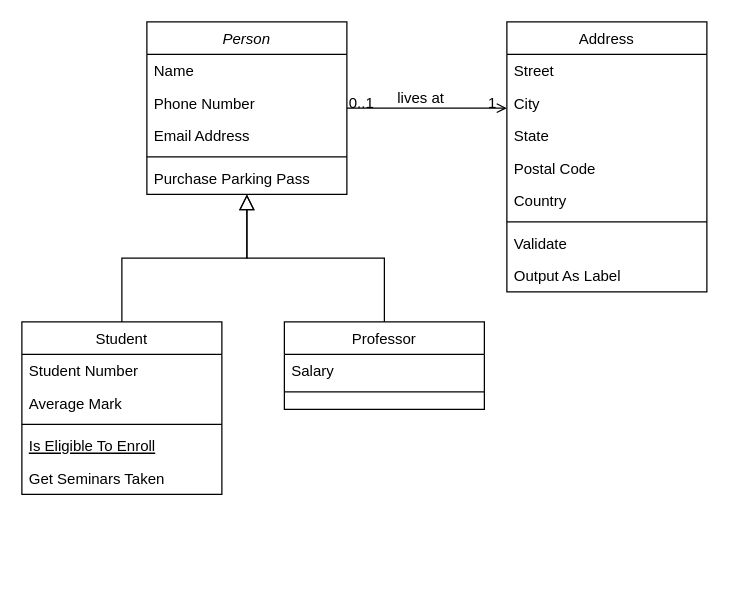
Before: Assginment.drawio in a1dss/DSA_Assignment, a draw.io diagram. Source tidied: cells renumbered, new cells numbered last; positions are measured from the earlier drawing's top-left corner, leaving out a move shared by most shapes. Both pictures are drawn from the tidied source at 125%, with x=0, y=0 at pixel (21, 21).
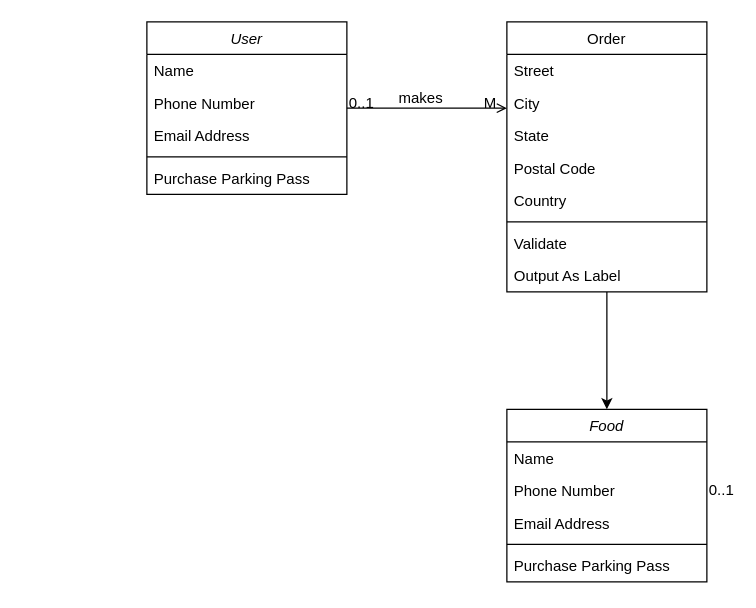
The same page after the edit.

Unchanged cells that the change refers to:
```xml
<mxCell id="27" value="Output As Label" style="text;align=left;verticalAlign=top;spacingLeft=4;spacingRight=4;overflow=hidden;points=[[0,0.5],[1,0.5]];portConstraint=eastwest;" parent="19" vertex="1">
  <mxGeometry y="190" width="160" height="26" as="geometry" />
</mxCell>
<mxCell id="28" style="endArrow=open;shadow=0;strokeWidth=1;rounded=0;endFill=1;edgeStyle=elbowEdgeStyle;elbow=vertical;" parent="1" edge="1" source="2" target="19">
  <mxGeometry x="0.5" y="41" relative="1" as="geometry">
    <mxPoint x="-40" y="32" as="offset" />
  </mxGeometry>
</mxCell>
```

The edit, as a diff of the source:
```diff
@@
-    <mxCell id="2" value="Person" style="swimlane;fontStyle=2;align=center;verticalAlign=top;horizontal=1;startSize=26;rounded=0;shadow=0;strokeWidth=1;" parent="1" vertex="1">
+    <mxCell id="2" value="User" style="swimlane;fontStyle=2;align=center;verticalAlign=top;horizontal=1;startSize=26;rounded=0;shadow=0;strokeWidth=1;" parent="1" vertex="1">
       <mxGeometry x="100" width="160" height="138" as="geometry" />
     </mxCell>
@@
-    <mxCell id="8" value="Student" style="swimlane;fontStyle=0;align=center;verticalAlign=top;horizontal=1;startSize=26;rounded=0;shadow=0;strokeWidth=1;" parent="1" vertex="1">
-      <mxGeometry y="240" width="160" height="138" as="geometry" />
-    </mxCell>
-    <mxCell id="9" value="Student Number" style="text;align=left;verticalAlign=top;spacingLeft=4;spacingRight=4;overflow=hidden;" parent="8" vertex="1">
-      <mxGeometry y="26" width="160" height="26" as="geometry" />
-    </mxCell>
-    <mxCell id="10" value="Average Mark" style="text;align=left;verticalAlign=top;spacingLeft=4;spacingRight=4;overflow=hidden;rounded=0;shadow=0;html=0;" parent="8" vertex="1">
-      <mxGeometry y="52" width="160" height="26" as="geometry" />
-    </mxCell>
-    <mxCell id="11" style="line;html=1;strokeWidth=1;align=left;verticalAlign=middle;spacingTop=-1;spacingLeft=3;spacingRight=3;labelPosition=right;" parent="8" vertex="1">
-      <mxGeometry y="78" width="160" height="8" as="geometry" />
-    </mxCell>
-    <mxCell id="12" value="Is Eligible To Enroll" style="text;align=left;verticalAlign=top;spacingLeft=4;spacingRight=4;overflow=hidden;fontStyle=4;" parent="8" vertex="1">
-      <mxGeometry y="86" width="160" height="26" as="geometry" />
-    </mxCell>
-    <mxCell id="13" value="Get Seminars Taken" style="text;align=left;verticalAlign=top;spacingLeft=4;spacingRight=4;overflow=hidden;" parent="8" vertex="1">
-      <mxGeometry y="112" width="160" height="26" as="geometry" />
-    </mxCell>
-    <mxCell id="14" style="endArrow=block;endSize=10;endFill=0;shadow=0;strokeWidth=1;rounded=0;edgeStyle=elbowEdgeStyle;elbow=vertical;" parent="1" edge="1" source="8" target="2">
-      <mxGeometry relative="1" as="geometry" />
-    </mxCell>
-    <mxCell id="15" value="Professor" style="swimlane;fontStyle=0;align=center;verticalAlign=top;horizontal=1;startSize=26;rounded=0;shadow=0;strokeWidth=1;" parent="1" vertex="1">
-      <mxGeometry x="210" y="240" width="160" height="70" as="geometry" />
-    </mxCell>
-    <mxCell id="16" value="Salary" style="text;align=left;verticalAlign=top;spacingLeft=4;spacingRight=4;overflow=hidden;" parent="15" vertex="1">
-      <mxGeometry y="26" width="160" height="26" as="geometry" />
-    </mxCell>
-    <mxCell id="17" style="line;html=1;strokeWidth=1;align=left;verticalAlign=middle;spacingTop=-1;spacingLeft=3;spacingRight=3;labelPosition=right;" parent="15" vertex="1">
-      <mxGeometry y="52" width="160" height="8" as="geometry" />
-    </mxCell>
-    <mxCell id="18" style="endArrow=block;endSize=10;endFill=0;shadow=0;strokeWidth=1;rounded=0;edgeStyle=elbowEdgeStyle;elbow=vertical;" parent="1" edge="1" source="15" target="2">
-      <mxGeometry relative="1" as="geometry" />
-    </mxCell>
-    <mxCell id="19" value="Address" style="swimlane;fontStyle=0;align=center;verticalAlign=top;horizontal=1;startSize=26;rounded=0;shadow=0;strokeWidth=1;" parent="1" vertex="1">
+    <mxCell id="19" value="Order" style="swimlane;fontStyle=0;align=center;verticalAlign=top;horizontal=1;startSize=26;rounded=0;shadow=0;strokeWidth=1;" parent="1" vertex="1">
       <mxGeometry x="388" width="160" height="216" as="geometry" />
     </mxCell>
@@
-    <mxCell id="30" value="1" style="align=right;verticalAlign=bottom;labelBackgroundColor=none;fontSize=12;" parent="28" vertex="1">
+    <mxCell id="30" value="M" style="align=right;verticalAlign=bottom;labelBackgroundColor=none;fontSize=12;" parent="28" vertex="1">
       <mxGeometry x="1" relative="1" as="geometry">
         <mxPoint x="-7" y="4" as="offset" />
       </mxGeometry>
     </mxCell>
-    <mxCell id="31" value="lives at" style="text;html=1;align=center;verticalAlign=middle;labelBackgroundColor=none;rounded=0;shadow=0;strokeWidth=1;fontSize=12;" parent="28" vertex="1">
+    <mxCell id="31" value="makes" style="text;html=1;align=center;verticalAlign=middle;labelBackgroundColor=none;rounded=0;shadow=0;strokeWidth=1;fontSize=12;" parent="28" vertex="1">
       <mxGeometry x="0.5" y="49" relative="1" as="geometry">
         <mxPoint x="-38" y="40" as="offset" />
       </mxGeometry>
     </mxCell>
+    <mxCell id="32" style="endArrow=classic;html=1;rounded=0;" parent="1" edge="1" source="27">
+      <mxGeometry relative="1" as="geometry">
+        <mxPoint x="468" y="310" as="targetPoint" />
+      </mxGeometry>
+    </mxCell>
+    <mxCell id="33" value="Food" style="swimlane;fontStyle=2;align=center;verticalAlign=top;horizontal=1;startSize=26;rounded=0;shadow=0;strokeWidth=1;" parent="1" vertex="1">
+      <mxGeometry x="388" y="310" width="160" height="138" as="geometry" />
+    </mxCell>
+    <mxCell id="34" value="Name" style="text;align=left;verticalAlign=top;spacingLeft=4;spacingRight=4;overflow=hidden;" parent="33" vertex="1">
+      <mxGeometry y="26" width="160" height="26" as="geometry" />
+    </mxCell>
+    <mxCell id="35" value="Phone Number" style="text;align=left;verticalAlign=top;spacingLeft=4;spacingRight=4;overflow=hidden;rounded=0;shadow=0;html=0;" parent="33" vertex="1">
+      <mxGeometry y="52" width="160" height="26" as="geometry" />
+    </mxCell>
+    <mxCell id="36" value="Email Address" style="text;align=left;verticalAlign=top;spacingLeft=4;spacingRight=4;overflow=hidden;rounded=0;shadow=0;html=0;" parent="33" vertex="1">
+      <mxGeometry y="78" width="160" height="26" as="geometry" />
+    </mxCell>
+    <mxCell id="37" style="line;html=1;strokeWidth=1;align=left;verticalAlign=middle;spacingTop=-1;spacingLeft=3;spacingRight=3;labelPosition=right;" parent="33" vertex="1">
+      <mxGeometry y="104" width="160" height="8" as="geometry" />
+    </mxCell>
+    <mxCell id="38" value="Purchase Parking Pass" style="text;align=left;verticalAlign=top;spacingLeft=4;spacingRight=4;overflow=hidden;" parent="33" vertex="1">
+      <mxGeometry y="112" width="160" height="26" as="geometry" />
+    </mxCell>
+    <mxCell id="39" value="0..1" style="align=left;verticalAlign=bottom;labelBackgroundColor=none;fontSize=12;" parent="1" vertex="1">
+      <mxGeometry x="548" y="383" as="geometry" />
+    </mxCell>
```
